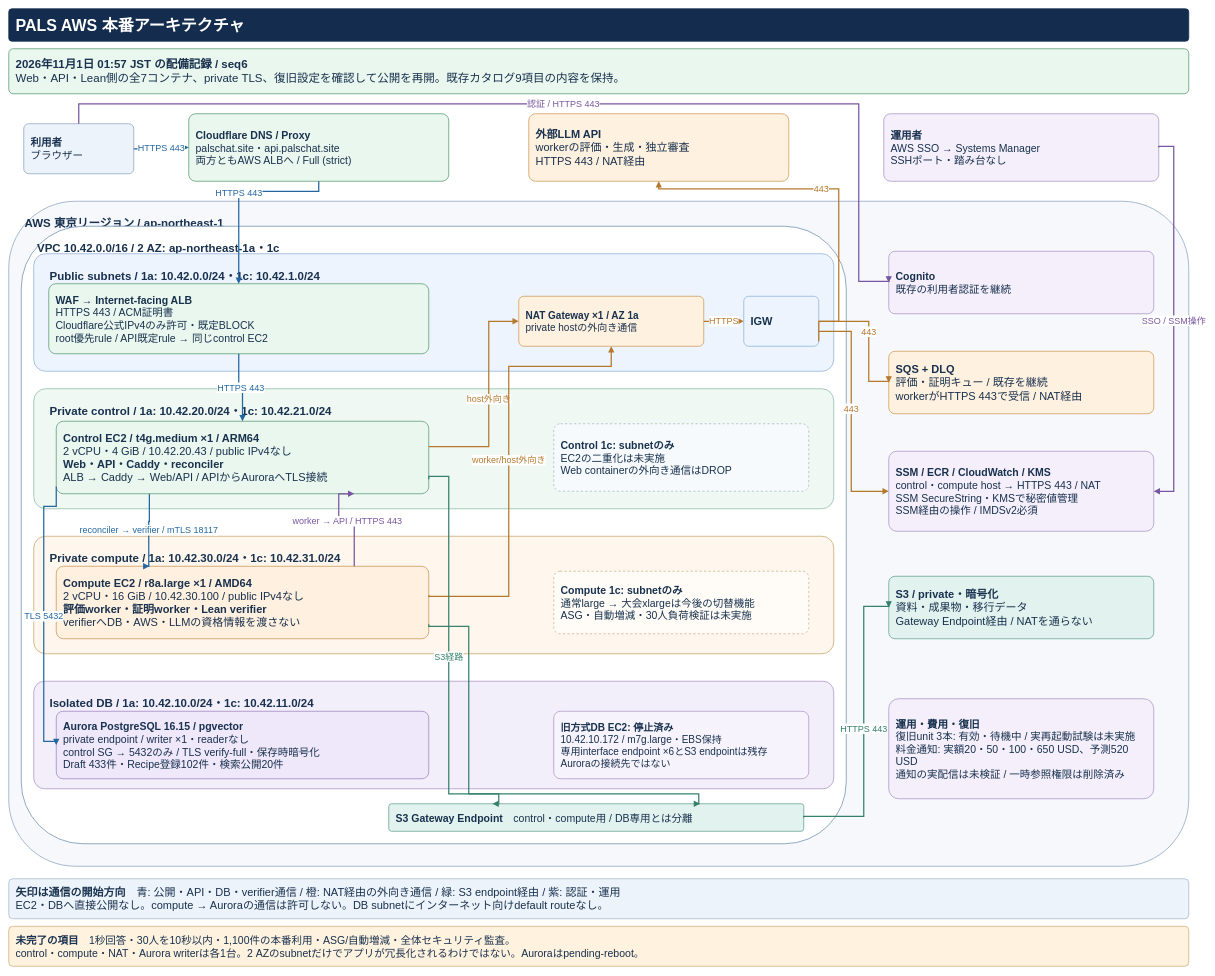
Above: docs/diagrams/pals-aws-private-target.drawio in AtsushiHosaka/pals (draw.io), before the change. Source tidied: cells renumbered, new cells numbered last; positions are measured from the earlier drawing's top-left corner, leaving out a move shared by most shapes. Both pictures are drawn from the tidied source at 50%, with x=0, y=0 at pixel (8, 8).
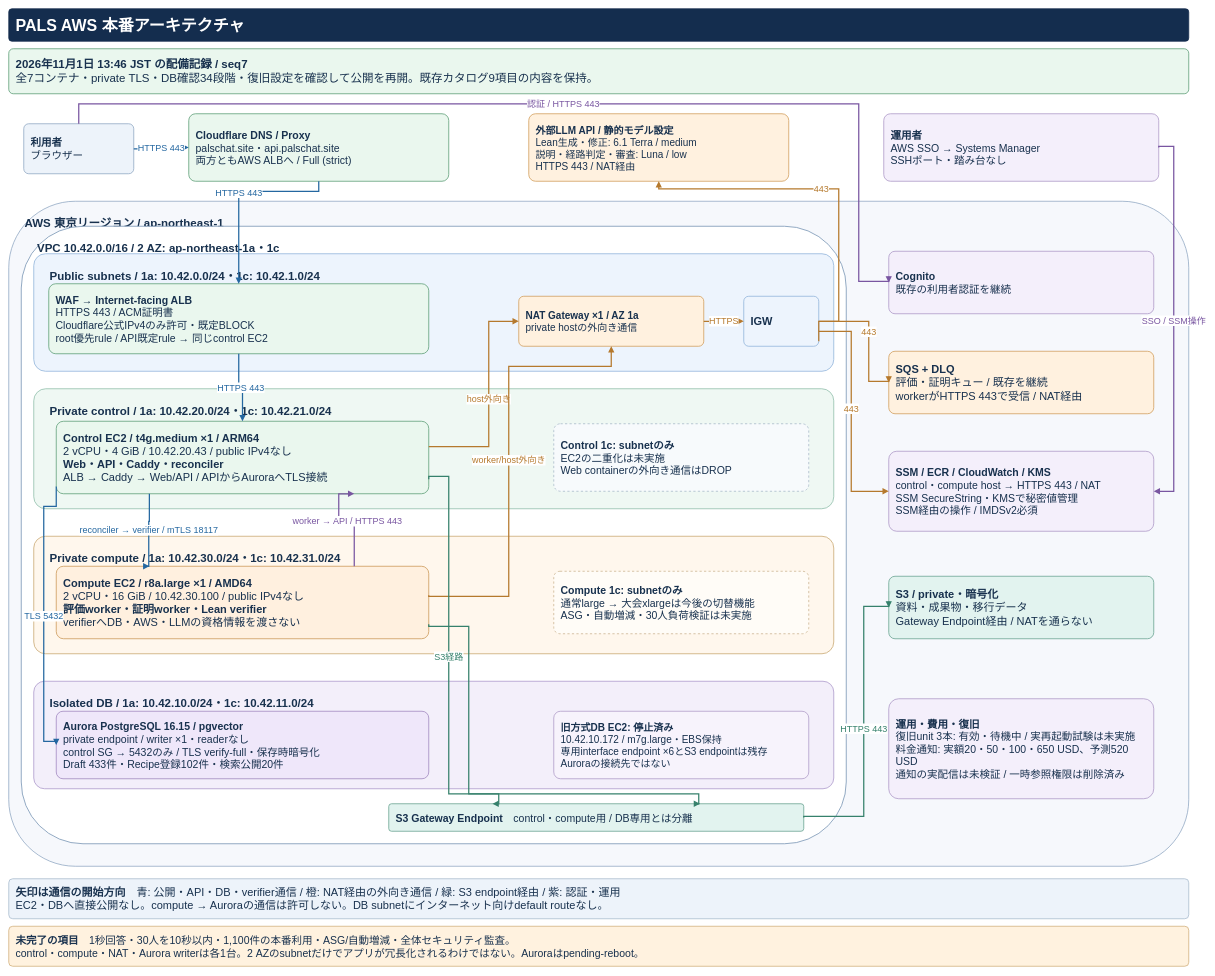
After the change.

Commit message (it also covers changes not shown here):
docs: reflect deployed sequence 7 in AWS architecture

The edit, as a diff of the source:
```diff
@@
-    <mxCell id="3" value="&lt;b&gt;2026年11月1日 01:57 JST の配備記録 / seq6&lt;/b&gt;&lt;br&gt;Web・API・Lean側の全7コンテナ、private TLS、復旧設定を確認して公開を再開。既存カタログ9項目の内容を保持。" style="rounded=1;arcSize=10;whiteSpace=wrap;html=1;fillColor=#eaf7ee;strokeColor=#579a72;strokeWidth=1.5;fontSize=23;fontFamily=Hiragino Sans,Noto Sans JP,Arial;fontColor=#18314e;align=left;verticalAlign=middle;spacing=14;" parent="1" vertex="1">
+    <mxCell id="3" value="&lt;b&gt;2026年11月1日 13:46 JST の配備記録 / seq7&lt;/b&gt;&lt;br&gt;全7コンテナ・private TLS・DB確認34段階・復旧設定を確認して公開を再開。既存カタログ9項目の内容を保持。" style="rounded=1;arcSize=10;whiteSpace=wrap;html=1;fillColor=#eaf7ee;strokeColor=#579a72;strokeWidth=1.5;fontSize=23;fontFamily=Hiragino Sans,Noto Sans JP,Arial;fontColor=#18314e;align=left;verticalAlign=middle;spacing=14;" parent="1" vertex="1">
       <mxGeometry y="80" width="2360" height="90" as="geometry" />
     </mxCell>
@@
-    <mxCell id="24" value="&lt;b&gt;外部LLM API&lt;/b&gt;&lt;br&gt;workerの評価・生成・独立審査&lt;br&gt;HTTPS 443 / NAT経由" style="rounded=1;arcSize=10;whiteSpace=wrap;html=1;fillColor=#fff1df;strokeColor=#cf9a56;strokeWidth=1.5;fontSize=22;fontFamily=Hiragino Sans,Noto Sans JP,Arial;fontColor=#18314e;align=left;verticalAlign=middle;spacing=14;" parent="1" vertex="1">
+    <mxCell id="24" value="&lt;b&gt;外部LLM API / 静的モデル設定&lt;/b&gt;&lt;br&gt;Lean生成・修正: 6.1 Terra / medium&lt;br&gt;説明・経路判定・審査: Luna / low&lt;br&gt;HTTPS 443 / NAT経由" style="rounded=1;arcSize=10;whiteSpace=wrap;html=1;fillColor=#fff1df;strokeColor=#cf9a56;strokeWidth=1.5;fontSize=20;fontFamily=Hiragino Sans,Noto Sans JP,Arial;fontColor=#18314e;align=left;verticalAlign=middle;spacing=14;" parent="1" vertex="1">
       <mxGeometry x="1040" y="210" width="520" height="135" as="geometry" />
     </mxCell>
```
